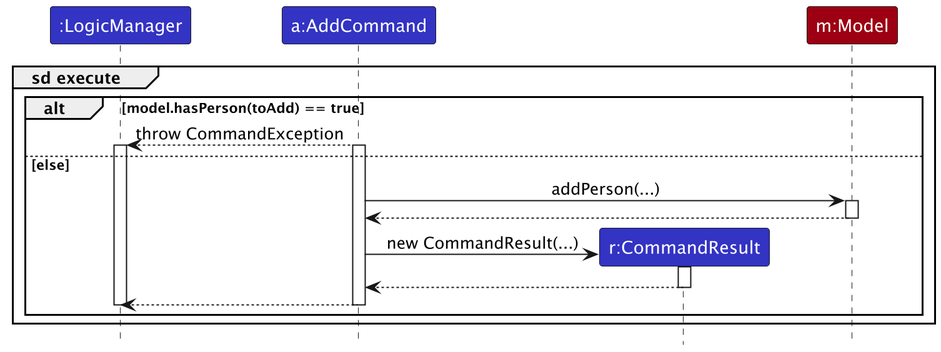
Above: docs/images/AddGenericDiagram.png in chanjunlin/tp (PlantUML), before the change. Its source is kept beside it as docs/diagrams/AddGenericDiagram.puml.
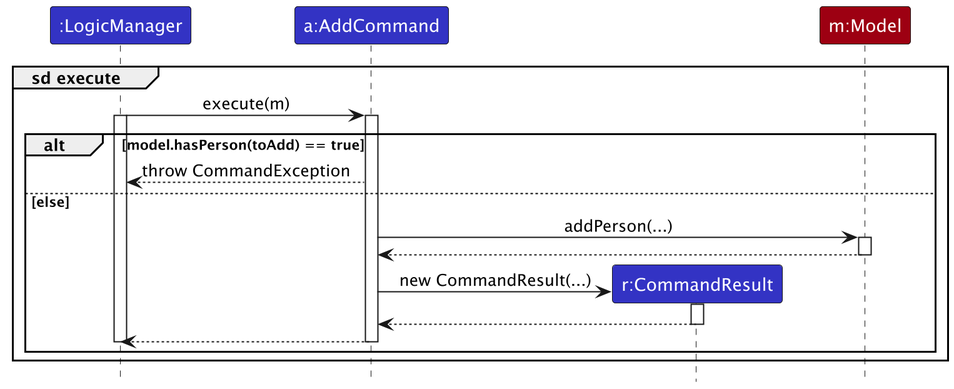
After the commit.

What changed in the source:
```diff
@@ -9,27 +9,31 @@
 participant "m:Model" as Model MODEL_COLOR
 
 group sd execute
+    LogicManager -> AddCommand : execute(m)
+
+    activate LogicManager
+    activate AddCommand
+
     alt model.hasPerson(toAdd) == true
             AddCommand ---> LogicManager : throw CommandException
-            activate LogicManager
-            activate AddCommand
 
-        else else
-            AddCommand -> Model : addPerson(...)
-            activate Model
-            Model --> AddCommand
-            deactivate Model
+            else else
+                AddCommand -> Model : addPerson(...)
+                activate Model
+                Model --> AddCommand
+                deactivate Model
 
-            create CommandResult
-            AddCommand -> CommandResult : new CommandResult(...)
-            activate CommandResult
-            CommandResult --> AddCommand
-            deactivate CommandResult
-            AddCommand --> LogicManager
-            deactivate AddCommand
+                create CommandResult
+                AddCommand -> CommandResult : new CommandResult(...)
+                activate CommandResult
+                CommandResult --> AddCommand
+                deactivate CommandResult
+                AddCommand --> LogicManager
+                deactivate AddCommand
 
-        deactivate LogicManager
-      end
+            deactivate LogicManager
+          end
+
 end
 
 @enduml
```
